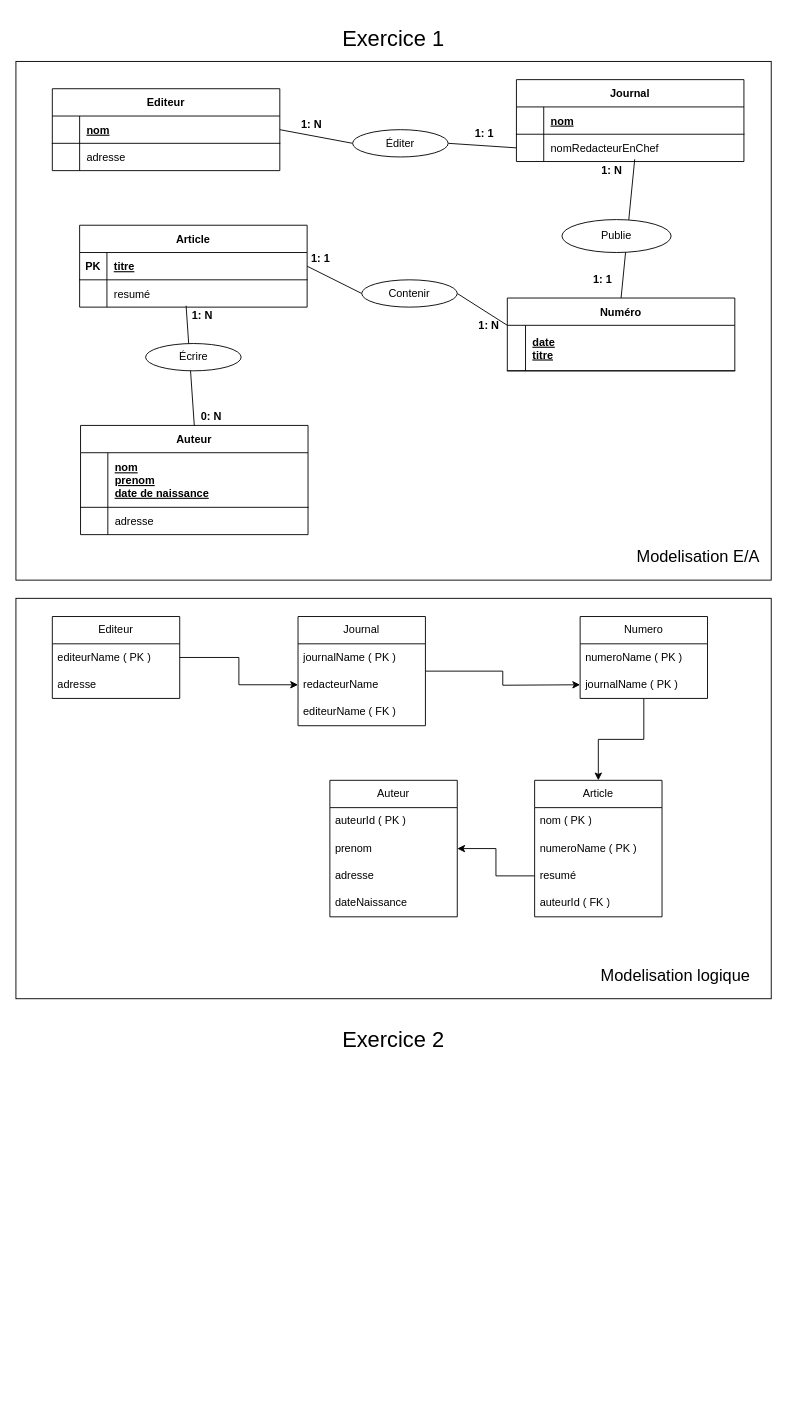
Before: TP-1-Modelisation/exercice-1.drawio in florian-alb/administration-bdd-2025, a draw.io diagram. Source tidied: cells renumbered, new cells numbered last; positions are measured from the earlier drawing's top-left corner, leaving out a move shared by most shapes. Both pictures are drawn from the tidied source at 91%, with x=0, y=0 at pixel (15, 15).
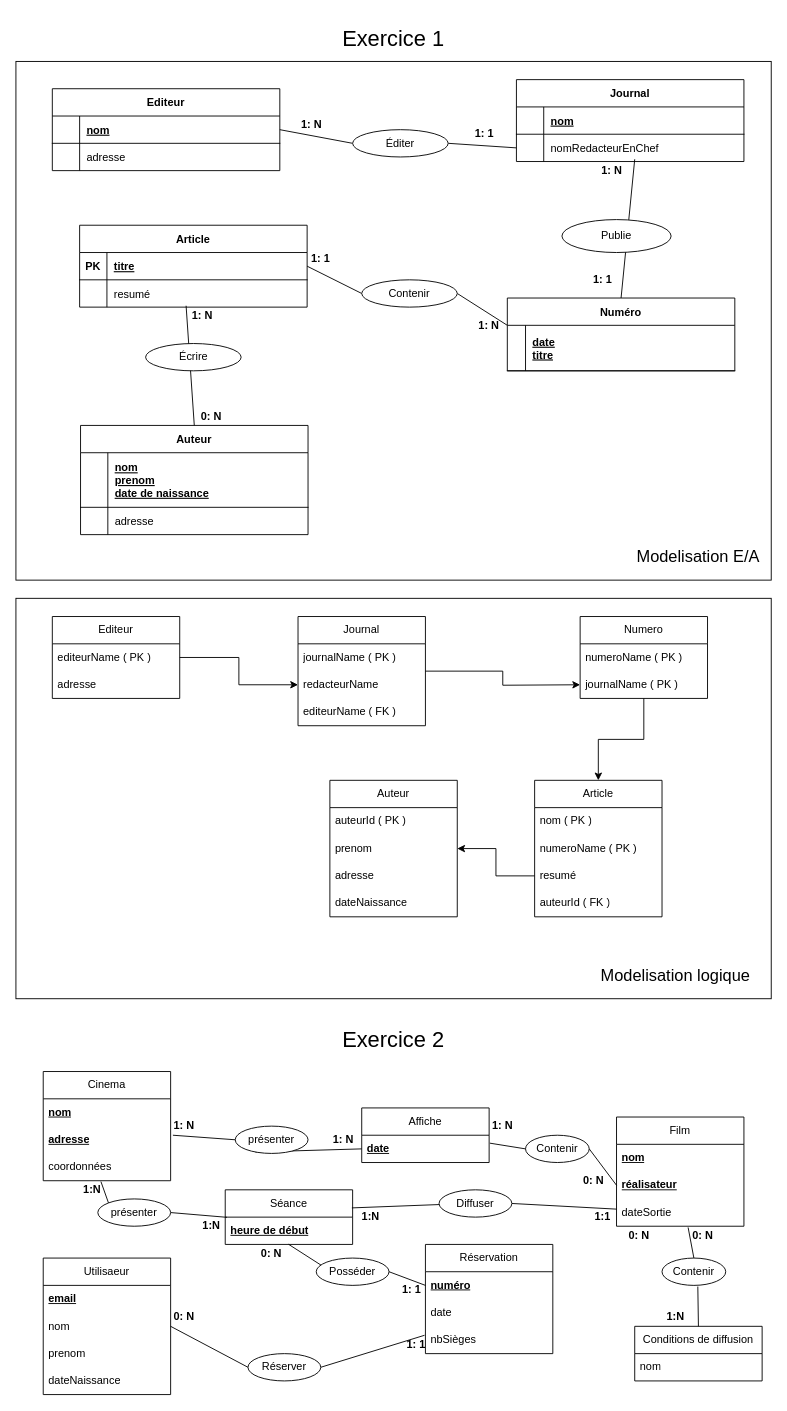
Above is the later version.

Commit message (it also covers changes not shown here):
Mettre à jour exercice-1.drawio

The edit, as a diff of the source:
```diff
@@
+    <mxCell id="83" value="Cinema" style="swimlane;fontStyle=0;horizontal=1;startSize=30;whiteSpace=wrap;html=1;" parent="1" vertex="1">
+      <mxGeometry x="30" y="1160" width="140" height="120" as="geometry" />
+    </mxCell>
+    <mxCell id="84" value="&lt;b&gt;&lt;u&gt;nom&lt;/u&gt;&lt;/b&gt;" style="text;strokeColor=none;fillColor=none;align=left;verticalAlign=middle;spacingLeft=4;spacingRight=4;overflow=hidden;whiteSpace=wrap;html=1;" parent="83" vertex="1">
+      <mxGeometry y="30" width="140" height="30" as="geometry" />
+    </mxCell>
+    <mxCell id="85" value="&lt;b&gt;&lt;u&gt;adresse&lt;/u&gt;&lt;/b&gt;" style="text;strokeColor=none;fillColor=none;align=left;verticalAlign=middle;spacingLeft=4;spacingRight=4;overflow=hidden;whiteSpace=wrap;html=1;" parent="83" vertex="1">
+      <mxGeometry y="60" width="140" height="30" as="geometry" />
+    </mxCell>
+    <mxCell id="86" value="coordonnées" style="text;strokeColor=none;fillColor=none;align=left;verticalAlign=middle;spacingLeft=4;spacingRight=4;overflow=hidden;points=[[0,0.5],[1,0.5]];portConstraint=eastwest;whiteSpace=wrap;html=1;" parent="83" vertex="1">
+      <mxGeometry y="90" width="140" height="30" as="geometry" />
+    </mxCell>
+    <mxCell id="87" value="Film" style="swimlane;fontStyle=0;horizontal=1;startSize=30;whiteSpace=wrap;html=1;" parent="1" vertex="1">
+      <mxGeometry x="660" y="1210" width="140" height="120" as="geometry" />
+    </mxCell>
+    <mxCell id="88" value="nom" style="text;strokeColor=none;fillColor=none;align=left;verticalAlign=middle;spacingLeft=4;spacingRight=4;overflow=hidden;whiteSpace=wrap;html=1;fontStyle=5;" parent="87" vertex="1">
+      <mxGeometry y="30" width="140" height="30" as="geometry" />
+    </mxCell>
+    <mxCell id="89" value="réalisateur" style="text;strokeColor=none;fillColor=none;align=left;verticalAlign=middle;spacingLeft=4;spacingRight=4;overflow=hidden;points=[[0,0.5],[1,0.5]];portConstraint=eastwest;whiteSpace=wrap;html=1;fontStyle=5;" parent="87" vertex="1">
+      <mxGeometry y="60" width="140" height="30" as="geometry" />
+    </mxCell>
+    <mxCell id="90" value="dateSortie" style="text;strokeColor=none;fillColor=none;align=left;verticalAlign=middle;spacingLeft=4;spacingRight=4;overflow=hidden;points=[[0,0.5],[1,0.5]];portConstraint=eastwest;whiteSpace=wrap;html=1;" parent="87" vertex="1">
+      <mxGeometry y="90" width="140" height="30" as="geometry" />
+    </mxCell>
+    <mxCell id="91" value="Séance" style="swimlane;fontStyle=0;horizontal=1;startSize=30;whiteSpace=wrap;html=1;" parent="1" vertex="1">
+      <mxGeometry x="230" y="1290" width="140" height="60" as="geometry" />
+    </mxCell>
+    <mxCell id="92" value="heure de début" style="text;strokeColor=none;fillColor=none;align=left;verticalAlign=middle;spacingLeft=4;spacingRight=4;overflow=hidden;points=[[0,0.5],[1,0.5]];portConstraint=eastwest;whiteSpace=wrap;html=1;fontStyle=5;" parent="91" vertex="1">
+      <mxGeometry y="30" width="140" height="30" as="geometry" />
+    </mxCell>
+    <mxCell id="93" value="Réservation" style="swimlane;fontStyle=0;horizontal=1;startSize=30;whiteSpace=wrap;html=1;" parent="1" vertex="1">
+      <mxGeometry x="450" y="1350" width="140" height="120" as="geometry" />
+    </mxCell>
+    <mxCell id="94" value="numéro" style="text;strokeColor=none;fillColor=none;align=left;verticalAlign=middle;spacingLeft=4;spacingRight=4;overflow=hidden;points=[[0,0.5],[1,0.5]];portConstraint=eastwest;whiteSpace=wrap;html=1;fontStyle=5;" parent="93" vertex="1">
+      <mxGeometry y="30" width="140" height="30" as="geometry" />
+    </mxCell>
+    <mxCell id="95" value="date" style="text;strokeColor=none;fillColor=none;align=left;verticalAlign=middle;spacingLeft=4;spacingRight=4;overflow=hidden;whiteSpace=wrap;html=1;fontStyle=0;" parent="93" vertex="1">
+      <mxGeometry y="60" width="140" height="30" as="geometry" />
+    </mxCell>
+    <mxCell id="96" value="nbSièges" style="text;strokeColor=none;fillColor=none;align=left;verticalAlign=middle;spacingLeft=4;spacingRight=4;overflow=hidden;points=[[0,0.5],[1,0.5]];portConstraint=eastwest;whiteSpace=wrap;html=1;fontStyle=0;" parent="93" vertex="1">
+      <mxGeometry y="90" width="140" height="30" as="geometry" />
+    </mxCell>
+    <mxCell id="97" value="Conditions de diffusion" style="swimlane;fontStyle=0;horizontal=1;startSize=30;whiteSpace=wrap;html=1;" parent="1" vertex="1">
+      <mxGeometry x="680" y="1440" width="140" height="60" as="geometry" />
+    </mxCell>
+    <mxCell id="98" value="nom" style="text;strokeColor=none;fillColor=none;align=left;verticalAlign=middle;spacingLeft=4;spacingRight=4;overflow=hidden;whiteSpace=wrap;html=1;" parent="97" vertex="1">
+      <mxGeometry y="30" width="140" height="30" as="geometry" />
+    </mxCell>
+    <mxCell id="99" value="Utilisaeur" style="swimlane;fontStyle=0;horizontal=1;startSize=30;whiteSpace=wrap;html=1;" parent="1" vertex="1">
+      <mxGeometry x="30" y="1365" width="140" height="150" as="geometry" />
+    </mxCell>
+    <mxCell id="100" value="&lt;b&gt;&lt;u&gt;email&lt;/u&gt;&lt;/b&gt;" style="text;strokeColor=none;fillColor=none;align=left;verticalAlign=middle;spacingLeft=4;spacingRight=4;overflow=hidden;whiteSpace=wrap;html=1;" parent="99" vertex="1">
+      <mxGeometry y="30" width="140" height="30" as="geometry" />
+    </mxCell>
+    <mxCell id="101" value="nom" style="text;strokeColor=none;fillColor=none;align=left;verticalAlign=middle;spacingLeft=4;spacingRight=4;overflow=hidden;points=[[0,0.5],[1,0.5]];portConstraint=eastwest;whiteSpace=wrap;html=1;" parent="99" vertex="1">
+      <mxGeometry y="60" width="140" height="30" as="geometry" />
+    </mxCell>
+    <mxCell id="102" value="prenom" style="text;strokeColor=none;fillColor=none;align=left;verticalAlign=middle;spacingLeft=4;spacingRight=4;overflow=hidden;whiteSpace=wrap;html=1;" parent="99" vertex="1">
+      <mxGeometry y="90" width="140" height="30" as="geometry" />
+    </mxCell>
+    <mxCell id="103" value="dateNaissance" style="text;strokeColor=none;fillColor=none;align=left;verticalAlign=middle;spacingLeft=4;spacingRight=4;overflow=hidden;whiteSpace=wrap;html=1;" parent="99" vertex="1">
+      <mxGeometry y="120" width="140" height="30" as="geometry" />
+    </mxCell>
+    <mxCell id="104" value="&lt;b&gt;1: N&lt;/b&gt;" style="text;html=1;align=center;verticalAlign=middle;whiteSpace=wrap;rounded=0;" parent="1" vertex="1">
+      <mxGeometry x="160" y="1210" width="50" height="20" as="geometry" />
+    </mxCell>
+    <mxCell id="105" value="&lt;b&gt;1: 1&lt;/b&gt;" style="text;html=1;align=center;verticalAlign=middle;whiteSpace=wrap;rounded=0;" parent="1" vertex="1">
+      <mxGeometry x="410" y="1390" width="50" height="20" as="geometry" />
+    </mxCell>
+    <mxCell id="106" value="Affiche" style="swimlane;fontStyle=0;horizontal=1;startSize=30;whiteSpace=wrap;html=1;" parent="1" vertex="1">
+      <mxGeometry x="380" y="1200" width="140" height="60" as="geometry" />
+    </mxCell>
+    <mxCell id="107" value="date" style="text;strokeColor=none;fillColor=none;align=left;verticalAlign=middle;spacingLeft=4;spacingRight=4;overflow=hidden;points=[[0,0.5],[1,0.5]];portConstraint=eastwest;whiteSpace=wrap;html=1;fontStyle=5;" parent="106" vertex="1">
+      <mxGeometry y="30" width="140" height="30" as="geometry" />
+    </mxCell>
+    <mxCell id="108" style="endArrow=none;html=1;rounded=0;exitX=0.25;exitY=1;exitDx=0;exitDy=0;entryX=0;entryY=0.5;entryDx=0;entryDy=0;" parent="1" edge="1" source="110" target="107">
+      <mxGeometry relative="1" as="geometry" />
+    </mxCell>
+    <mxCell id="109" style="endArrow=none;html=1;rounded=0;exitX=0.25;exitY=1;exitDx=0;exitDy=0;entryX=0;entryY=0.5;entryDx=0;entryDy=0;" parent="1" edge="1" source="104" target="110">
+      <mxGeometry relative="1" as="geometry" />
+    </mxCell>
+    <mxCell id="110" value="présenter" style="ellipse;whiteSpace=wrap;html=1;" parent="1" vertex="1">
+      <mxGeometry x="241" y="1220" width="80" height="30" as="geometry" />
+    </mxCell>
+    <mxCell id="111" style="endArrow=none;html=1;rounded=0;entryX=1.006;entryY=0.291;entryDx=0;entryDy=0;exitX=0;exitY=0.5;exitDx=0;exitDy=0;entryPerimeter=0;" parent="1" edge="1" source="113" target="107">
+      <mxGeometry relative="1" as="geometry" />
+    </mxCell>
+    <mxCell id="112" style="endArrow=none;html=1;rounded=0;entryX=1;entryY=0.5;entryDx=0;entryDy=0;exitX=0;exitY=0.5;exitDx=0;exitDy=0;" parent="1" edge="1" source="89" target="113">
+      <mxGeometry relative="1" as="geometry" />
+    </mxCell>
+    <mxCell id="113" value="Contenir" style="ellipse;whiteSpace=wrap;html=1;" parent="1" vertex="1">
+      <mxGeometry x="560" y="1230" width="70" height="30" as="geometry" />
+    </mxCell>
+    <mxCell id="114" value="&lt;b&gt;1: N&lt;/b&gt;" style="text;html=1;align=center;verticalAlign=middle;whiteSpace=wrap;rounded=0;" parent="1" vertex="1">
+      <mxGeometry x="510" y="1210" width="50" height="20" as="geometry" />
+    </mxCell>
+    <mxCell id="115" value="&lt;b&gt;0: N&lt;/b&gt;" style="text;html=1;align=center;verticalAlign=middle;whiteSpace=wrap;rounded=0;" parent="1" vertex="1">
+      <mxGeometry x="610" y="1270" width="50" height="20" as="geometry" />
+    </mxCell>
+    <mxCell id="116" style="endArrow=none;html=1;rounded=0;exitX=0.5;exitY=0;exitDx=0;exitDy=0;entryX=0.562;entryY=1.044;entryDx=0;entryDy=0;entryPerimeter=0;" parent="1" edge="1" source="118" target="90">
+      <mxGeometry relative="1" as="geometry" />
+    </mxCell>
+    <mxCell id="117" style="endArrow=none;html=1;rounded=0;exitX=0.5;exitY=0;exitDx=0;exitDy=0;entryX=0.562;entryY=1.044;entryDx=0;entryDy=0;entryPerimeter=0;" parent="1" edge="1" source="97" target="118">
+      <mxGeometry relative="1" as="geometry" />
+    </mxCell>
+    <mxCell id="118" value="Contenir" style="ellipse;whiteSpace=wrap;html=1;" parent="1" vertex="1">
+      <mxGeometry x="710" y="1365" width="70" height="30" as="geometry" />
+    </mxCell>
+    <mxCell id="119" value="&lt;b&gt;0: N&lt;/b&gt;" style="text;html=1;align=center;verticalAlign=middle;whiteSpace=wrap;rounded=0;" parent="1" vertex="1">
+      <mxGeometry x="730" y="1330" width="50" height="20" as="geometry" />
+    </mxCell>
+    <mxCell id="120" value="&lt;b&gt;1:N&lt;/b&gt;" style="text;html=1;align=center;verticalAlign=middle;whiteSpace=wrap;rounded=0;" parent="1" vertex="1">
+      <mxGeometry x="700" y="1420" width="50" height="20" as="geometry" />
+    </mxCell>
+    <mxCell id="121" style="endArrow=none;html=1;rounded=0;exitX=1;exitY=0.5;exitDx=0;exitDy=0;entryX=-0.007;entryY=0.328;entryDx=0;entryDy=0;entryPerimeter=0;" parent="1" edge="1" source="123" target="96">
+      <mxGeometry relative="1" as="geometry" />
+    </mxCell>
+    <mxCell id="122" style="endArrow=none;html=1;rounded=0;exitX=1;exitY=0.5;exitDx=0;exitDy=0;entryX=0;entryY=0.5;entryDx=0;entryDy=0;" parent="1" edge="1" source="101" target="123">
+      <mxGeometry relative="1" as="geometry" />
+    </mxCell>
+    <mxCell id="123" value="Réserver" style="ellipse;whiteSpace=wrap;html=1;" parent="1" vertex="1">
+      <mxGeometry x="255" y="1470" width="80" height="30" as="geometry" />
+    </mxCell>
+    <mxCell id="124" value="&lt;b&gt;0: N&lt;/b&gt;" style="text;html=1;align=center;verticalAlign=middle;whiteSpace=wrap;rounded=0;" parent="1" vertex="1">
+      <mxGeometry x="160" y="1420" width="50" height="20" as="geometry" />
+    </mxCell>
+    <mxCell id="125" style="endArrow=none;html=1;rounded=0;exitX=1;exitY=0.5;exitDx=0;exitDy=0;entryX=0;entryY=0.5;entryDx=0;entryDy=0;" parent="1" edge="1" source="128" target="94">
+      <mxGeometry relative="1" as="geometry" />
+    </mxCell>
+    <mxCell id="126" style="endArrow=none;html=1;rounded=0;exitX=1;exitY=0.5;exitDx=0;exitDy=0;" parent="1" edge="1" source="130" target="90">
+      <mxGeometry relative="1" as="geometry" />
+    </mxCell>
+    <mxCell id="127" style="endArrow=none;html=1;rounded=0;exitX=0.497;exitY=0.995;exitDx=0;exitDy=0;exitPerimeter=0;entryX=0.5;entryY=1;entryDx=0;entryDy=0;" parent="1" edge="1" source="92" target="128">
+      <mxGeometry relative="1" as="geometry" />
+    </mxCell>
+    <mxCell id="128" value="Posséder" style="ellipse;whiteSpace=wrap;html=1;" parent="1" vertex="1">
+      <mxGeometry x="330" y="1365" width="80" height="30" as="geometry" />
+    </mxCell>
+    <mxCell id="129" style="endArrow=none;html=1;rounded=0;exitX=0.994;exitY=0.331;exitDx=0;exitDy=0;exitPerimeter=0;" parent="1" edge="1" source="91" target="130">
+      <mxGeometry relative="1" as="geometry" />
+    </mxCell>
+    <mxCell id="130" value="Diffuser" style="ellipse;whiteSpace=wrap;html=1;" parent="1" vertex="1">
+      <mxGeometry x="465" y="1290" width="80" height="30" as="geometry" />
+    </mxCell>
+    <mxCell id="131" value="&lt;b&gt;1: N&lt;/b&gt;" style="text;html=1;align=center;verticalAlign=middle;whiteSpace=wrap;rounded=0;" parent="1" vertex="1">
+      <mxGeometry x="335" y="1225" width="50" height="20" as="geometry" />
+    </mxCell>
+    <mxCell id="132" value="&lt;b&gt;0: N&lt;/b&gt;" style="text;html=1;align=center;verticalAlign=middle;whiteSpace=wrap;rounded=0;" parent="1" vertex="1">
+      <mxGeometry x="660" y="1330" width="50" height="20" as="geometry" />
+    </mxCell>
+    <mxCell id="133" value="&lt;b&gt;1:N&lt;/b&gt;" style="text;html=1;align=center;verticalAlign=middle;whiteSpace=wrap;rounded=0;" parent="1" vertex="1">
+      <mxGeometry x="59" y="1280" width="50" height="20" as="geometry" />
+    </mxCell>
+    <mxCell id="134" value="&lt;b&gt;1: 1&lt;/b&gt;" style="text;html=1;align=center;verticalAlign=middle;whiteSpace=wrap;rounded=0;" parent="1" vertex="1">
+      <mxGeometry x="415" y="1450" width="50" height="20" as="geometry" />
+    </mxCell>
+    <mxCell id="135" value="&lt;b&gt;0: N&lt;/b&gt;" style="text;html=1;align=center;verticalAlign=middle;whiteSpace=wrap;rounded=0;" parent="1" vertex="1">
+      <mxGeometry x="256" y="1350" width="50" height="20" as="geometry" />
+    </mxCell>
+    <mxCell id="136" style="endArrow=none;html=1;rounded=0;exitX=1;exitY=0.5;exitDx=0;exitDy=0;entryX=0.013;entryY=0.007;entryDx=0;entryDy=0;entryPerimeter=0;" parent="1" edge="1" source="138" target="92">
+      <mxGeometry relative="1" as="geometry" />
+    </mxCell>
+    <mxCell id="137" style="endArrow=none;html=1;rounded=0;exitX=0.453;exitY=1.032;exitDx=0;exitDy=0;exitPerimeter=0;entryX=0;entryY=0;entryDx=0;entryDy=0;" parent="1" edge="1" source="86" target="138">
+      <mxGeometry relative="1" as="geometry" />
+    </mxCell>
+    <mxCell id="138" value="présenter" style="ellipse;whiteSpace=wrap;html=1;" parent="1" vertex="1">
+      <mxGeometry x="90" y="1300" width="80" height="30" as="geometry" />
+    </mxCell>
+    <mxCell id="139" value="&lt;b&gt;1:N&lt;/b&gt;" style="text;html=1;align=center;verticalAlign=middle;whiteSpace=wrap;rounded=0;" parent="1" vertex="1">
+      <mxGeometry x="190" y="1320" width="50" height="20" as="geometry" />
+    </mxCell>
+    <mxCell id="140" value="&lt;b&gt;1:N&lt;/b&gt;" style="text;html=1;align=center;verticalAlign=middle;whiteSpace=wrap;rounded=0;" parent="1" vertex="1">
+      <mxGeometry x="365" y="1310" width="50" height="20" as="geometry" />
+    </mxCell>
+    <mxCell id="141" value="&lt;b&gt;1:1&lt;/b&gt;" style="text;html=1;align=center;verticalAlign=middle;whiteSpace=wrap;rounded=0;" parent="1" vertex="1">
+      <mxGeometry x="620" y="1310" width="50" height="20" as="geometry" />
+    </mxCell>
```
